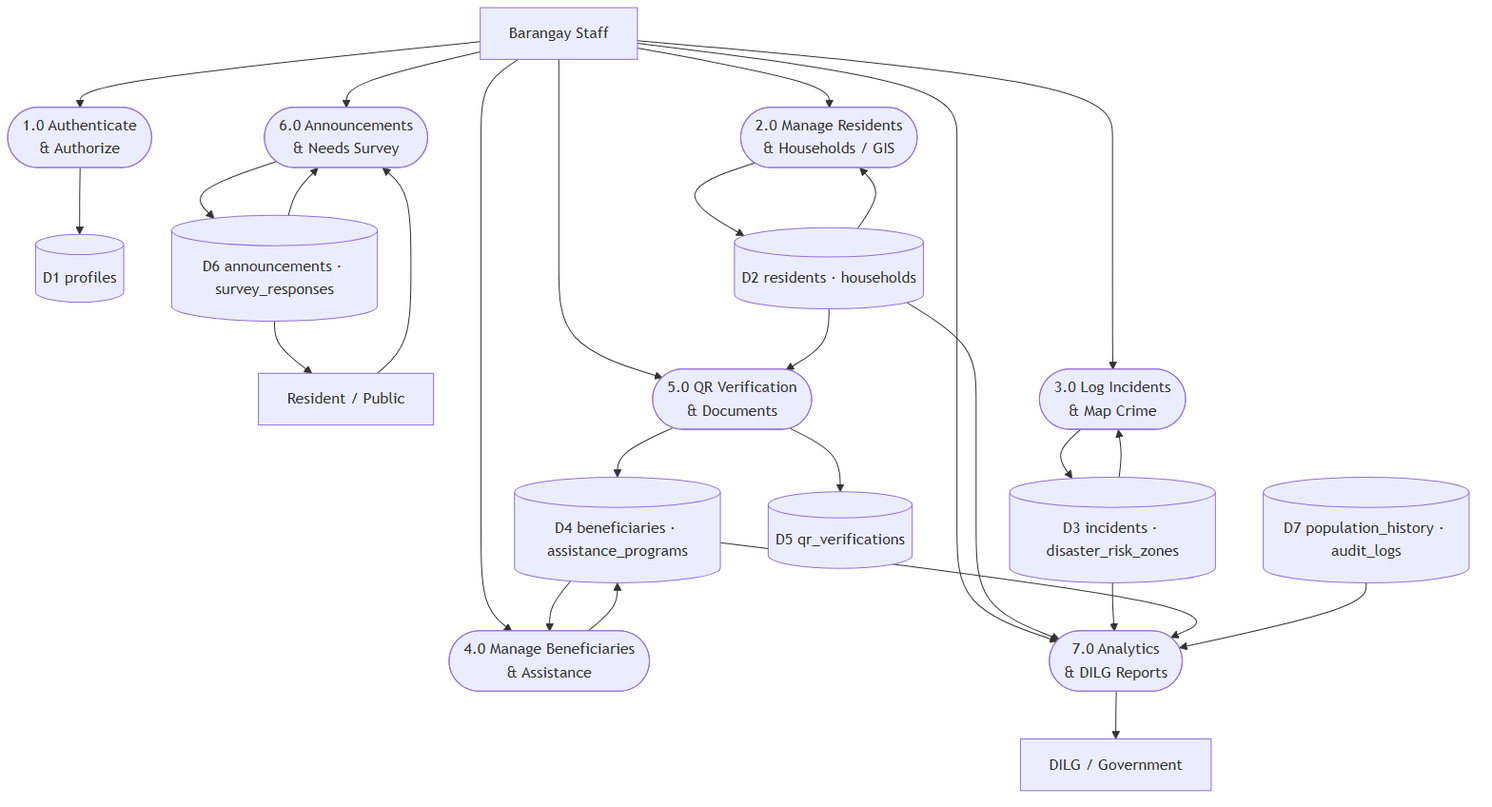
Earlier version of the Mermaid export diagrams/dfd_level1.png (KellyEspera/protect). Its source is kept beside it as diagrams/dfd_level1.mmd.
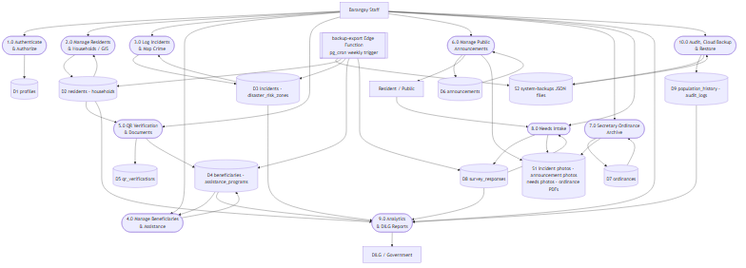
After the commit.

Change to the diagram source:
```diff
@@ -8,19 +8,24 @@
     P3([3.0 Log Incidents<br/>& Map Crime])
     P4([4.0 Manage Beneficiaries<br/>& Assistance])
     P5([5.0 QR Verification<br/>& Documents])
-    P6([6.0 Public Content<br/>Announcements & Ordinances])
-    P7([7.0 Needs Intake])
-    P8([8.0 Analytics<br/>& DILG Reports])
+    P6([6.0 Manage Public<br/>Announcements])
+    P7([7.0 Secretary Ordinance<br/>Archive])
+    P8([8.0 Needs Intake])
+    P9([9.0 Analytics<br/>& DILG Reports])
+    P10([10.0 Audit, Cloud Backup<br/>& Restore])
 
     D1[(D1 profiles)]
     D2[(D2 residents · households)]
     D3[(D3 incidents · disaster_risk_zones)]
     D4[(D4 beneficiaries · assistance_programs)]
     D5[(D5 qr_verifications)]
-    D6[(D6 announcements · ordinances)]
-    D7[(D7 survey_responses)]
-    D8[(D8 population_history · audit_logs)]
-    S1[(Storage: photos · PDFs)]
+    D6[(D6 announcements)]
+    D7[(D7 ordinances)]
+    D8[(D8 survey_responses)]
+    D9[(D9 population_history · audit_logs)]
+    S1[(S1 incident photos · announcement photos<br/>needs photos · ordinance PDFs)]
+    S2[(S2 system-backups JSON files)]
+    F1[[backup-export Edge Function<br/>pg_cron weekly trigger]]
 
     Staff --> P1
     P1 --> D1
@@ -48,16 +53,31 @@
     P6 --> Public
     P6 --> S1
 
-    Public --> P7
     Staff --> P7
     P7 --> D7
+    D7 --> P7
     P7 --> S1
-    D7 --> P7
 
+    Public --> P8
     Staff --> P8
-    D2 --> P8
-    D3 --> P8
-    D4 --> P8
-    D7 --> P8
+    P8 --> D8
+    P8 --> S1
     D8 --> P8
-    P8 --> DILG
+
+    Staff --> P9
+    D2 --> P9
+    D3 --> P9
+    D4 --> P9
+    D8 --> P9
+    D9 --> P9
+    P9 --> DILG
+
+    Staff --> P10
+    P10 --> D9
+    P10 --> S2
+    S2 --> P10
+    F1 --> S2
+    F1 --> D2
+    F1 --> D3
+    F1 --> D4
+    F1 --> D8
```
